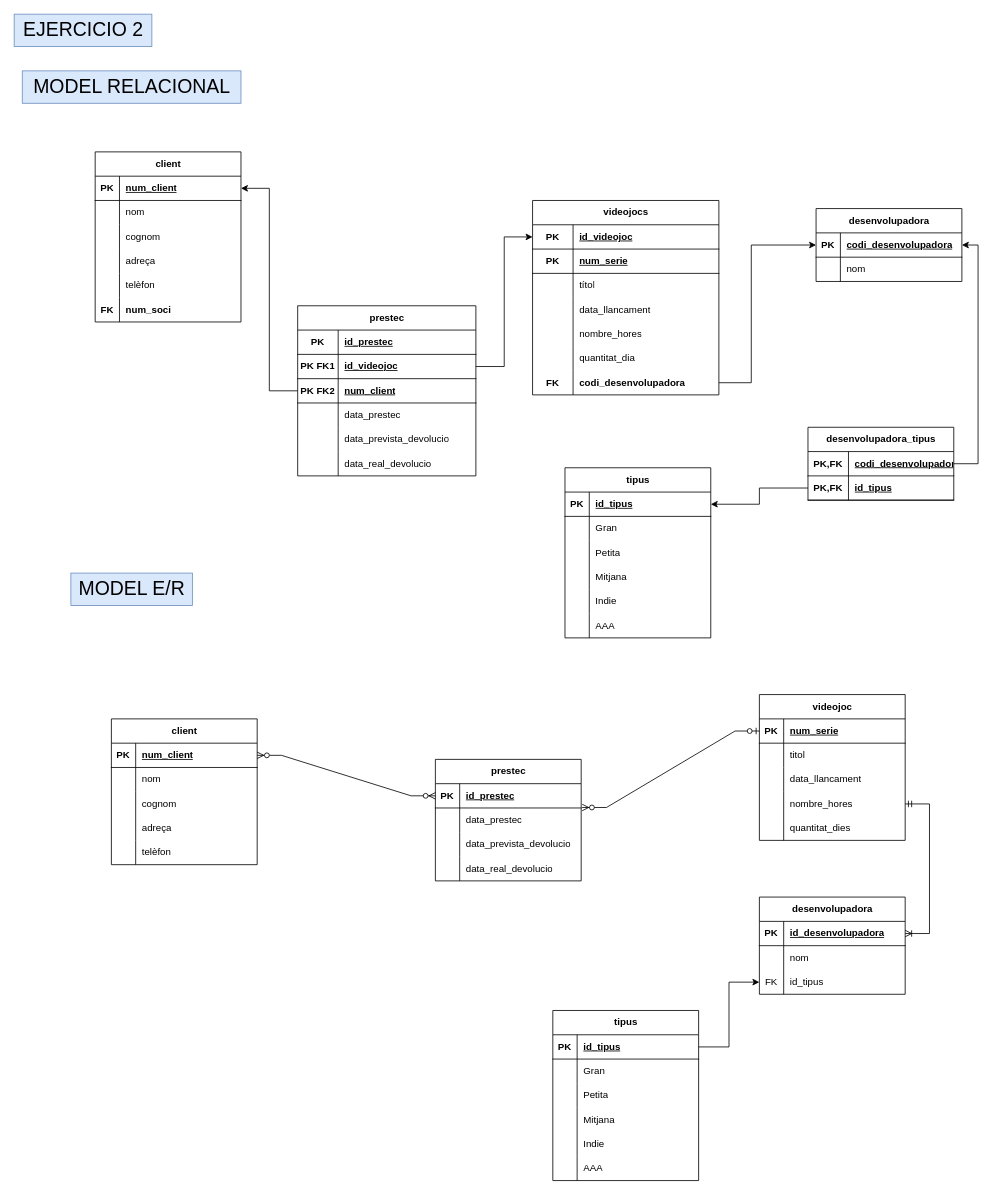
The draw.io diagram M02_RA6_act2.drawio in victor06-git/base_de_dades, before the edit. Source tidied: cells renumbered, new cells numbered last; positions are measured from the earlier drawing's top-left corner, leaving out a move shared by most shapes. Both pictures are drawn from the tidied source at 81%, with x=0, y=0 at pixel (14, 14).
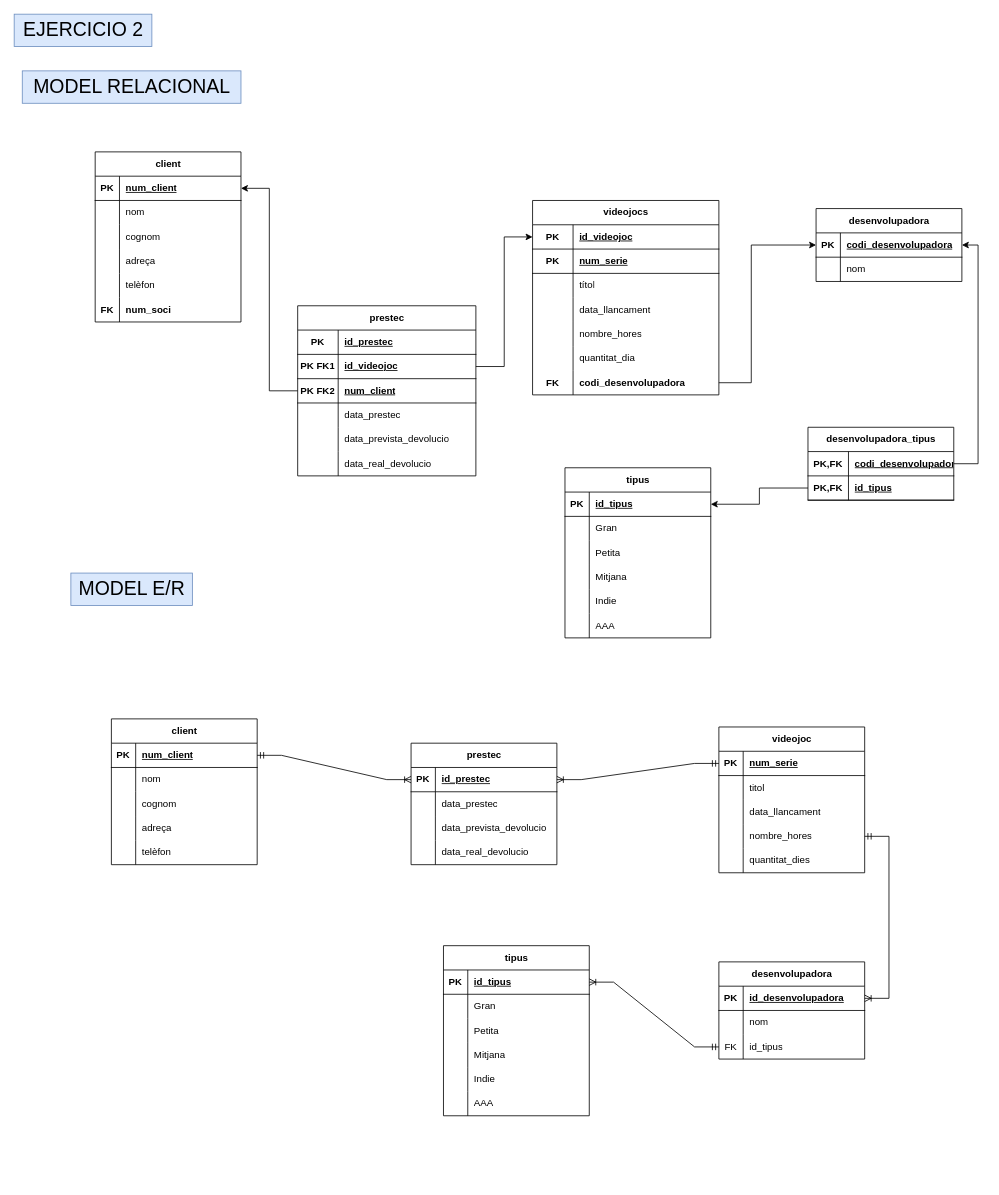
The same diagram, later.

The change refers to these unchanged cells:
```xml
<mxCell id="94" style="shape=tableRow;horizontal=0;startSize=0;swimlaneHead=0;swimlaneBody=0;fillColor=none;points=[[0,0.5],[1,0.5]];portConstraint=eastwest;top=0;left=0;right=0;bottom=1;" parent="93" vertex="1">
  <mxGeometry y="30" width="180" height="30" as="geometry" />
</mxCell>
<mxCell id="110" style="shape=tableRow;horizontal=0;startSize=0;swimlaneHead=0;swimlaneBody=0;fillColor=none;points=[[0,0.5],[1,0.5]];portConstraint=eastwest;top=0;left=0;right=0;bottom=1;" parent="109" vertex="1">
  <mxGeometry y="30" width="180" height="30" as="geometry" />
</mxCell>
<mxCell id="126" style="shape=tableRow;horizontal=0;startSize=0;swimlaneHead=0;swimlaneBody=0;fillColor=none;points=[[0,0.5],[1,0.5]];portConstraint=eastwest;top=0;left=0;right=0;bottom=1;" parent="125" vertex="1">
  <mxGeometry y="30" width="180" height="30" as="geometry" />
</mxCell>
<mxCell id="129" style="shape=tableRow;horizontal=0;startSize=0;swimlaneHead=0;swimlaneBody=0;fillColor=none;points=[[0,0.5],[1,0.5]];portConstraint=eastwest;top=0;left=0;right=0;bottom=0;" parent="125" vertex="1">
  <mxGeometry y="60" width="180" height="30" as="geometry" />
</mxCell>
<mxCell id="145" style="shape=tableRow;horizontal=0;startSize=0;swimlaneHead=0;swimlaneBody=0;fillColor=none;points=[[0,0.5],[1,0.5]];portConstraint=eastwest;top=0;left=0;right=0;bottom=0;" parent="138" vertex="1">
  <mxGeometry y="90" width="180" height="30" as="geometry" />
</mxCell>
<mxCell id="164" style="shape=tableRow;horizontal=0;startSize=0;swimlaneHead=0;swimlaneBody=0;fillColor=none;points=[[0,0.5],[1,0.5]];portConstraint=eastwest;top=0;left=0;right=0;bottom=1;" parent="163" vertex="1">
  <mxGeometry y="30" width="180" height="30" as="geometry" />
</mxCell>
```

Change to the diagram source:
```diff
@@
     <mxCell id="109" value="videojoc" style="shape=table;startSize=30;childLayout=tableLayout;rowLines=0;fontStyle=1;align=center;html=1;" parent="1" vertex="1">
-      <mxGeometry x="920" y="840" width="180" height="180" as="geometry" />
+      <mxGeometry x="870" y="880" width="180" height="180" as="geometry" />
     </mxCell>
@@
     <mxCell id="125" value="prestec" style="shape=table;startSize=30;childLayout=tableLayout;rowLines=0;fontStyle=1;align=center;html=1;" parent="1" vertex="1">
-      <mxGeometry x="520" y="920" width="180" height="150" as="geometry" />
+      <mxGeometry x="490" y="900" width="180" height="150" as="geometry" />
     </mxCell>
@@
     <mxCell id="138" value="desenvolupadora" style="shape=table;startSize=30;childLayout=tableLayout;rowLines=0;fontStyle=1;align=center;html=1;" parent="1" vertex="1">
-      <mxGeometry x="920" y="1090" width="180" height="120" as="geometry" />
+      <mxGeometry x="870" y="1170" width="180" height="120" as="geometry" />
     </mxCell>
@@
-    <mxCell id="152" style="edgeStyle=entityRelationEdgeStyle;fontSize=12;html=1;endArrow=ERzeroToMany;endFill=1;startArrow=ERzeroToMany;rounded=0;exitX=0;exitY=0.5;exitDx=0;exitDy=0;entryX=1;entryY=0.5;entryDx=0;entryDy=0;" parent="1" edge="1" source="126" target="94">
-      <mxGeometry relative="1" as="geometry" />
-    </mxCell>
-    <mxCell id="153" style="edgeStyle=entityRelationEdgeStyle;fontSize=12;html=1;endArrow=ERzeroToMany;startArrow=ERzeroToOne;rounded=0;exitX=0;exitY=0.5;exitDx=0;exitDy=0;entryX=1.007;entryY=-0.02;entryDx=0;entryDy=0;entryPerimeter=0;" parent="1" edge="1" source="110" target="129">
-      <mxGeometry relative="1" as="geometry" />
-    </mxCell>
@@
     <mxCell id="163" value="tipus" style="shape=table;startSize=30;childLayout=tableLayout;rowLines=0;fontStyle=1;align=center;html=1;" parent="1" vertex="1">
-      <mxGeometry x="665" y="1230" width="180" height="210" as="geometry" />
+      <mxGeometry x="530" y="1150" width="180" height="210" as="geometry" />
     </mxCell>
@@
-    <mxCell id="182" style="edgeStyle=orthogonalEdgeStyle;rounded=0;jettySize=auto;html=1;exitX=1;exitY=0.5;exitDx=0;exitDy=0;entryX=0;entryY=0.5;entryDx=0;entryDy=0;" parent="1" edge="1" source="164" target="145">
-      <mxGeometry relative="1" as="geometry" />
-    </mxCell>
+    <mxCell id="183" style="edgeStyle=entityRelationEdgeStyle;fontSize=12;html=1;endArrow=ERoneToMany;startArrow=ERmandOne;rounded=0;entryX=1;entryY=0.5;entryDx=0;entryDy=0;exitX=0;exitY=0.5;exitDx=0;exitDy=0;" parent="1" edge="1" source="145" target="164">
+      <mxGeometry relative="1" as="geometry" />
+    </mxCell>
+    <mxCell id="184" style="edgeStyle=entityRelationEdgeStyle;fontSize=12;html=1;endArrow=ERoneToMany;startArrow=ERmandOne;rounded=0;exitX=1;exitY=0.5;exitDx=0;exitDy=0;entryX=0;entryY=0.5;entryDx=0;entryDy=0;" parent="1" edge="1" source="94" target="126">
+      <mxGeometry relative="1" as="geometry" />
+    </mxCell>
+    <mxCell id="185" style="edgeStyle=entityRelationEdgeStyle;fontSize=12;html=1;endArrow=ERoneToMany;startArrow=ERmandOne;rounded=0;entryX=1;entryY=0.5;entryDx=0;entryDy=0;exitX=0;exitY=0.5;exitDx=0;exitDy=0;" parent="1" edge="1" source="110" target="126">
+      <mxGeometry relative="1" as="geometry" />
+    </mxCell>
```
